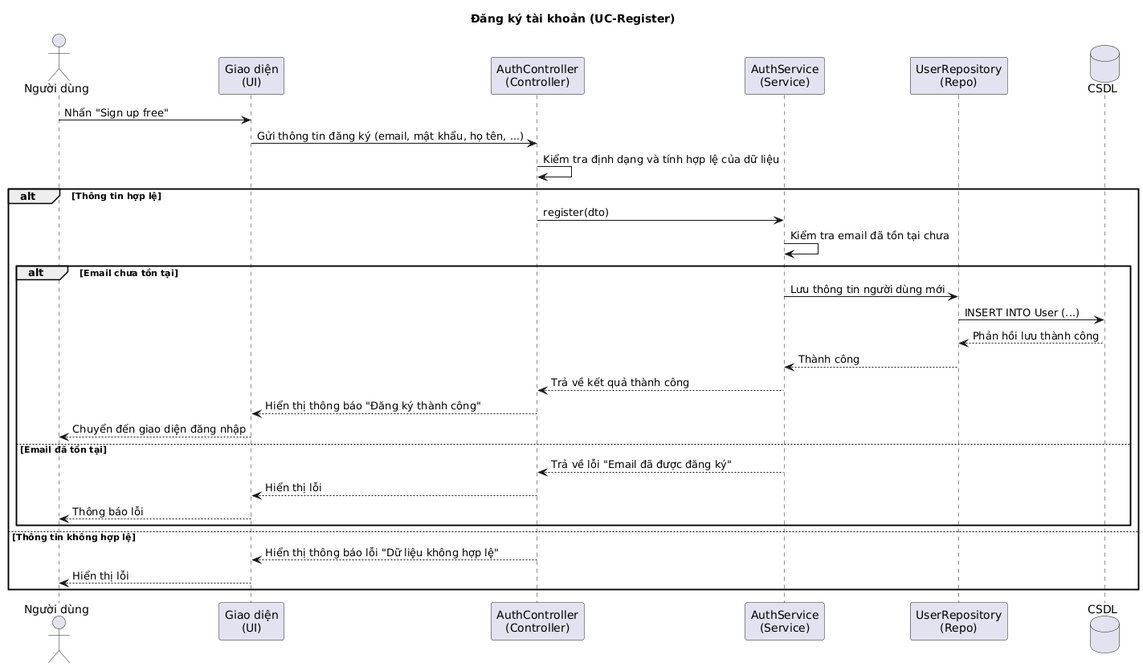
This is figures/sequence-register.png from Huy1902/Mobile-report, a PlantUML export, as it was before one commit.
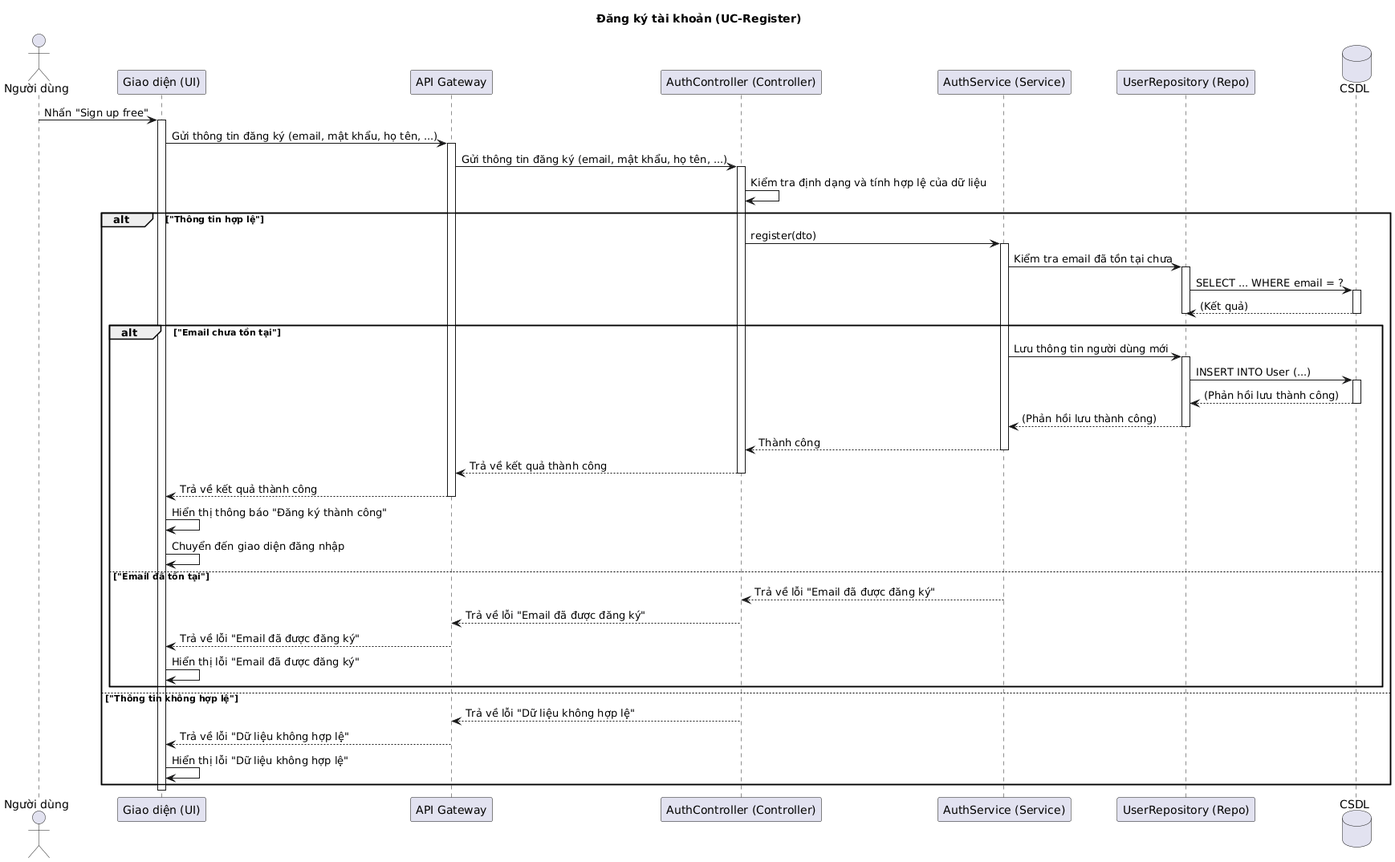
After the change.

Commit message:
dinhtran: update sequence

What changed in the source:
```diff
@@ -2,36 +2,82 @@
 title Đăng ký tài khoản (UC-Register)
 
 actor "Người dùng" as User
-participant "Giao diện\n(UI)" as UI
-participant "AuthController\n(Controller)" as AuthController
-participant "AuthService\n(Service)" as AuthService
-participant "UserRepository\n(Repo)" as Repo
+participant "Giao diện (UI)" as UI
+participant "API Gateway" as APIGW
+participant "AuthController (Controller)" as Controller
+participant "AuthService (Service)" as Service
+participant "UserRepository (Repo)" as Repo
 database "CSDL" as DB
 
-User -> UI : Nhấn "Sign up free"
-UI -> AuthController : Gửi thông tin đăng ký (email, mật khẩu, họ tên, ...)
-AuthController -> AuthController : Kiểm tra định dạng và tính hợp lệ của dữ liệu
+User -> UI: Nhấn "Sign up free"
+activate UI
 
-alt Thông tin hợp lệ
-    AuthController -> AuthService : register(dto)
-    AuthService -> AuthService : Kiểm tra email đã tồn tại chưa
+UI -> APIGW: Gửi thông tin đăng ký (email, mật khẩu, họ tên, ...)
+activate APIGW
 
-    alt Email chưa tồn tại
-        AuthService -> Repo : Lưu thông tin người dùng mới
-        Repo -> DB : INSERT INTO User (...)
-        DB --> Repo : Phản hồi lưu thành công
-        Repo --> AuthService : Thành công
-        AuthService --> AuthController : Trả về kết quả thành công
-        AuthController --> UI : Hiển thị thông báo "Đăng ký thành công"
-        UI --> User : Chuyển đến giao diện đăng nhập
-    else Email đã tồn tại
-        AuthService --> AuthController : Trả về lỗi "Email đã được đăng ký"
-        AuthController --> UI : Hiển thị lỗi
-        UI --> User : Thông báo lỗi
+APIGW -> Controller: Gửi thông tin đăng ký (email, mật khẩu, họ tên, ...)
+activate Controller
+
+Controller -> Controller: Kiểm tra định dạng và tính hợp lệ của dữ liệu
+
+alt "Thông tin hợp lệ"
+    Controller -> Service: register(dto)
+    activate Service
+
+    Service -> Repo: Kiểm tra email đã tồn tại chưa
+    activate Repo
+    Repo -> DB: SELECT ... WHERE email = ?
+    activate DB
+    DB --> Repo: (Kết quả)
+    deactivate DB
+    deactivate Repo
+
+    alt "Email chưa tồn tại"
+        Service -> Repo: Lưu thông tin người dùng mới
+        activate Repo
+
+        Repo -> DB: INSERT INTO User (...)
+        activate DB
+        DB --> Repo: (Phản hồi lưu thành công)
+        deactivate DB
+
+        Repo --> Service: (Phản hồi lưu thành công)
+        deactivate Repo
+
+        Service --> Controller: Thành công
+        deactivate Service
+
+        Controller --> APIGW: Trả về kết quả thành công
+        deactivate Controller
+
+        APIGW --> UI: Trả về kết quả thành công
+        deactivate APIGW
+
+        UI -> UI: Hiển thị thông báo "Đăng ký thành công"
+        UI -> UI: Chuyển đến giao diện đăng nhập
+
+    else "Email đã tồn tại"
+        Service --> Controller: Trả về lỗi "Email đã được đăng ký"
+        deactivate Service
+
+        Controller --> APIGW: Trả về lỗi "Email đã được đăng ký"
+        deactivate Controller
+
+        APIGW --> UI: Trả về lỗi "Email đã được đăng ký"
+        deactivate APIGW
+
+        UI -> UI: Hiển thị lỗi "Email đã được đăng ký"
     end
 
-else Thông tin không hợp lệ
-    AuthController --> UI : Hiển thị thông báo lỗi "Dữ liệu không hợp lệ"
-    UI --> User : Hiển thị lỗi
+else "Thông tin không hợp lệ"
+    Controller --> APIGW: Trả về lỗi "Dữ liệu không hợp lệ"
+    deactivate Controller
+
+    APIGW --> UI: Trả về lỗi "Dữ liệu không hợp lệ"
+    deactivate APIGW
+
+    UI -> UI: Hiển thị lỗi "Dữ liệu không hợp lệ"
 end
+
+deactivate UI
 @enduml
```
